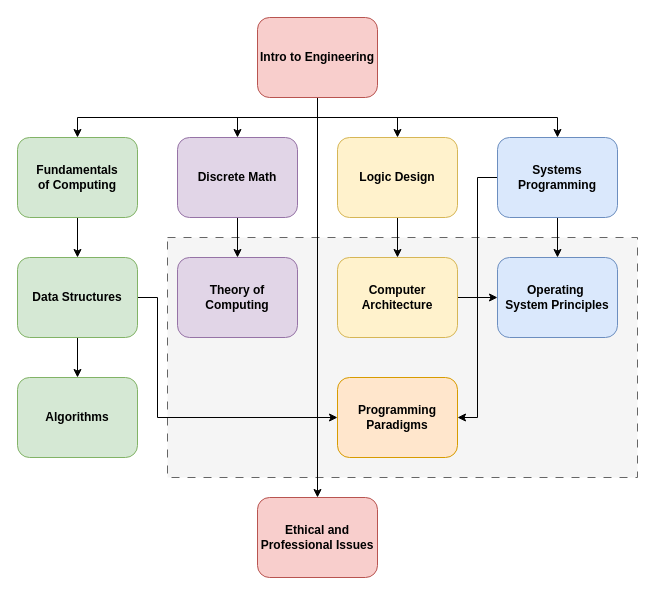
nd-cse-30341-fa26/nd-cse-30341-fa26.github.io keeps this draw.io diagram as static/img/slides00-cse-curriculum.drawio. Above is the earlier version. Source tidied: cells renumbered, new cells numbered last; positions are measured from the earlier drawing's top-left corner, leaving out a move shared by most shapes. Both pictures are drawn from the tidied source at 100%, with x=0, y=0 at pixel (17, 17).
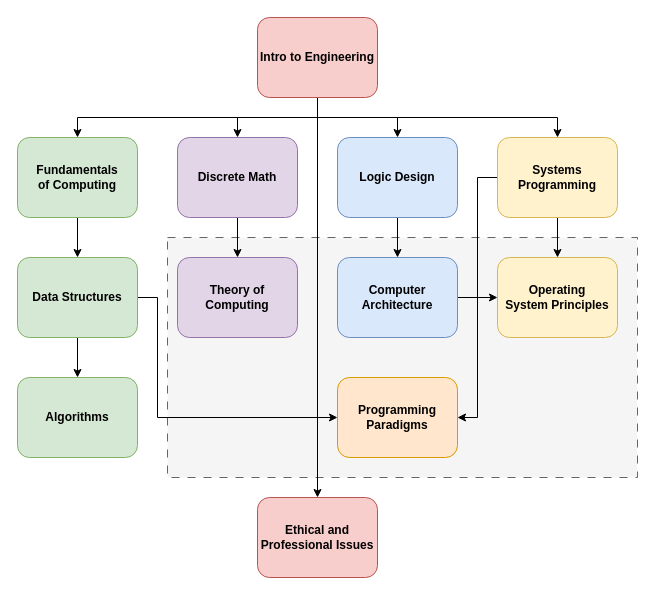
Above is the later version.

Commit message (it also covers changes not shown here):
Slides 00: update cse curriculum diagram

Diff of the diagram source:
```diff
@@
-    <mxCell id="19" value="&lt;font face=&quot;JetBrains Mono&quot;&gt;&lt;b&gt;Logic Design&lt;/b&gt;&lt;/font&gt;" style="rounded=1;whiteSpace=wrap;html=1;fillColor=#fff2cc;strokeColor=#d6b656;" parent="1" vertex="1">
+    <mxCell id="19" value="&lt;font face=&quot;JetBrains Mono&quot;&gt;&lt;b&gt;Logic Design&lt;/b&gt;&lt;/font&gt;" style="rounded=1;whiteSpace=wrap;html=1;fillColor=#dae8fc;strokeColor=#6c8ebf;" parent="1" vertex="1">
       <mxGeometry x="320" y="120" width="120" height="80" as="geometry" />
     </mxCell>
@@
-    <mxCell id="21" value="&lt;font face=&quot;JetBrains Mono&quot;&gt;&lt;b&gt;Computer Architecture&lt;/b&gt;&lt;/font&gt;" style="rounded=1;whiteSpace=wrap;html=1;fillColor=#fff2cc;strokeColor=#d6b656;" parent="1" vertex="1">
+    <mxCell id="21" value="&lt;font face=&quot;JetBrains Mono&quot;&gt;&lt;b&gt;Computer Architecture&lt;/b&gt;&lt;/font&gt;" style="rounded=1;whiteSpace=wrap;html=1;fillColor=#dae8fc;strokeColor=#6c8ebf;" parent="1" vertex="1">
       <mxGeometry x="320" y="240" width="120" height="80" as="geometry" />
     </mxCell>
@@
-    <mxCell id="24" value="&lt;font face=&quot;JetBrains Mono&quot;&gt;&lt;b&gt;Systems Programming&lt;/b&gt;&lt;/font&gt;" style="rounded=1;whiteSpace=wrap;html=1;fillColor=#dae8fc;strokeColor=#6c8ebf;" parent="1" vertex="1">
+    <mxCell id="24" value="&lt;font face=&quot;JetBrains Mono&quot;&gt;&lt;b&gt;Systems Programming&lt;/b&gt;&lt;/font&gt;" style="rounded=1;whiteSpace=wrap;html=1;fillColor=#fff2cc;strokeColor=#d6b656;" parent="1" vertex="1">
       <mxGeometry x="480" y="120" width="120" height="80" as="geometry" />
     </mxCell>
-    <mxCell id="25" value="&lt;font face=&quot;JetBrains Mono&quot;&gt;&lt;b&gt;Operating&amp;nbsp;&lt;/b&gt;&lt;/font&gt;&lt;div&gt;&lt;font face=&quot;JetBrains Mono&quot;&gt;&lt;b&gt;System Principles&lt;/b&gt;&lt;/font&gt;&lt;/div&gt;" style="rounded=1;whiteSpace=wrap;html=1;fillColor=#dae8fc;strokeColor=#6c8ebf;" parent="1" vertex="1">
+    <mxCell id="25" value="&lt;font face=&quot;JetBrains Mono&quot;&gt;&lt;b&gt;Operating&lt;/b&gt;&lt;/font&gt;&lt;div&gt;&lt;b style=&quot;font-family: &amp;quot;JetBrains Mono&amp;quot;; background-color: transparent; color: light-dark(rgb(0, 0, 0), rgb(255, 255, 255));&quot;&gt;System Principles&lt;/b&gt;&lt;/div&gt;" style="rounded=1;whiteSpace=wrap;html=1;fillColor=#fff2cc;strokeColor=#d6b656;" parent="1" vertex="1">
       <mxGeometry x="480" y="240" width="120" height="80" as="geometry" />
     </mxCell>
```
